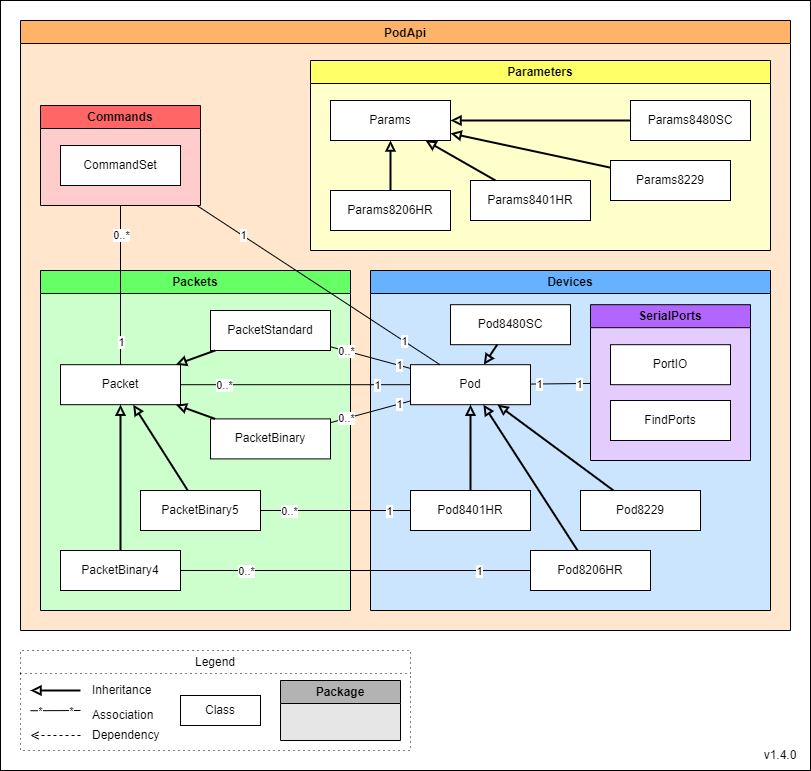
The draw.io diagram Documents/Diagrams/class-diagrams-PodApi.png in Pinnacle-Technology-Inc/Morelia, before a commit. Source tidied: cells renumbered, new cells last; positions are measured from the earlier drawing's top-left corner, leaving out a move shared by most shapes.
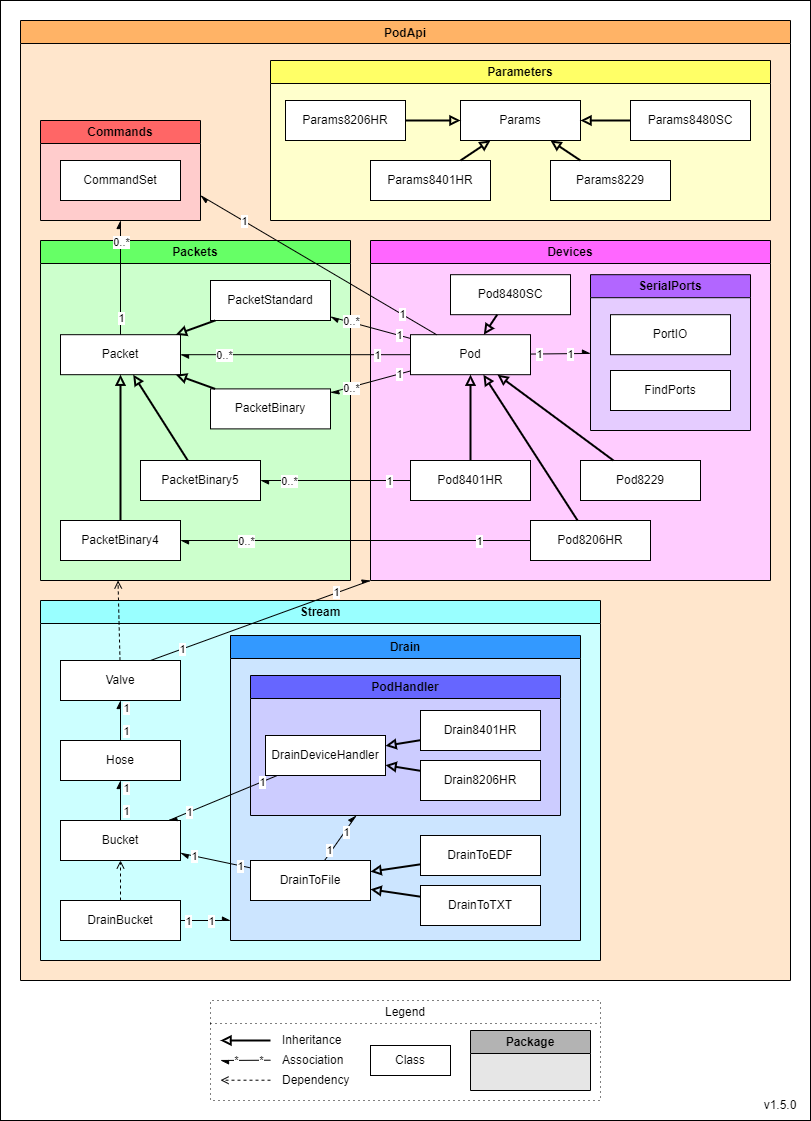
Above is the later version.

Diff of the diagram source:
```diff
@@ -5,7 +5,13 @@
     <mxCell id="2" style="rounded=0;whiteSpace=wrap;html=1;" parent="1" vertex="1">
-      <mxGeometry width="810" height="770" as="geometry" />
+      <mxGeometry width="810" height="1120" as="geometry" />
     </mxCell>
     <mxCell id="3" value="Legend" style="swimlane;whiteSpace=wrap;html=1;gradientColor=none;dashed=1;dashPattern=1 4;fontStyle=0;" parent="1" vertex="1">
-      <mxGeometry x="20" y="650" width="390" height="100" as="geometry" />
+      <mxGeometry x="210" y="1000" width="390" height="100" as="geometry" />
     </mxCell>
+    <mxCell id="10" value="Class" style="rounded=0;whiteSpace=wrap;html=1;" parent="3" vertex="1">
+      <mxGeometry x="160" y="45" width="80" height="30" as="geometry" />
+    </mxCell>
+    <mxCell id="11" value="Package" style="swimlane;whiteSpace=wrap;html=1;fillColor=#B3B3B3;swimlaneFillColor=#E6E6E6;" parent="3" vertex="1">
+      <mxGeometry x="260" y="30" width="120" height="60" as="geometry" />
+    </mxCell>
     <mxCell id="4" value="Inheritance" style="text;html=1;strokeColor=none;fillColor=none;align=left;verticalAlign=middle;whiteSpace=wrap;rounded=0;fontStyle=0;" parent="3" vertex="1">
@@ -13,21 +19,32 @@
     </mxCell>
-    <mxCell id="5" style="endArrow=block;html=1;endFill=0;strokeWidth=2;fontStyle=0;" parent="3" edge="1">
-      <mxGeometry relative="1" as="geometry">
-        <mxPoint x="60" y="40" as="sourcePoint" />
-        <mxPoint x="10" y="40" as="targetPoint" />
-      </mxGeometry>
-    </mxCell>
+    <mxCell id="75" style="endArrow=block;html=1;endFill=0;strokeWidth=2;fontStyle=0;" parent="3" edge="1">
+      <mxGeometry relative="1" as="geometry">
+        <mxPoint x="60" y="40" as="sourcePoint" />
+        <mxPoint x="10" y="40" as="targetPoint" />
+      </mxGeometry>
+    </mxCell>
     <mxCell id="6" value="Association" style="text;html=1;strokeColor=none;fillColor=none;align=left;verticalAlign=middle;whiteSpace=wrap;rounded=0;fontStyle=0;" parent="3" vertex="1">
-      <mxGeometry x="70" y="55" width="80" height="20" as="geometry" />
+      <mxGeometry x="70" y="50" width="80" height="20" as="geometry" />
     </mxCell>
-    <mxCell id="7" style="endArrow=none;html=1;endFill=0;fontStyle=0;" parent="3" edge="1">
-      <mxGeometry relative="1" as="geometry">
-        <mxPoint x="60" y="60" as="sourcePoint" />
-        <mxPoint x="10" y="60.2" as="targetPoint" />
-      </mxGeometry>
-    </mxCell>
+    <mxCell id="76" style="endArrow=open;html=1;endFill=0;dashed=1;fontStyle=0;" parent="3" edge="1">
+      <mxGeometry relative="1" as="geometry">
+        <mxPoint x="60" y="79.7" as="sourcePoint" />
+        <mxPoint x="10" y="79.7" as="targetPoint" />
+      </mxGeometry>
+    </mxCell>
+    <mxCell id="13" value="Dependency" style="text;html=1;strokeColor=none;fillColor=none;align=left;verticalAlign=middle;whiteSpace=wrap;rounded=0;fontStyle=0;" parent="3" vertex="1">
+      <mxGeometry x="70" y="70" width="80" height="20" as="geometry" />
+    </mxCell>
+    <mxCell id="77" style="endArrow=async;html=1;endFill=1;fontStyle=0;" parent="3" edge="1">
+      <mxGeometry relative="1" as="geometry">
+        <mxPoint x="60" y="59.7" as="sourcePoint" />
+        <mxPoint x="10" y="60" as="targetPoint" />
+      </mxGeometry>
+    </mxCell>
-    <mxCell id="8" value="*" style="edgeLabel;html=1;align=center;verticalAlign=middle;fontStyle=0;" parent="7" vertex="1">
-      <mxGeometry x="0.63" relative="1" as="geometry" />
+    <mxCell id="8" value="*" style="edgeLabel;html=1;align=center;verticalAlign=middle;fontStyle=0;" parent="77" vertex="1">
+      <mxGeometry x="0.63" relative="1" as="geometry">
+        <mxPoint x="6" as="offset" />
+      </mxGeometry>
     </mxCell>
-    <mxCell id="9" value="*&lt;br&gt;" style="edgeLabel;html=1;align=center;verticalAlign=middle;fontStyle=0;" parent="7" vertex="1">
+    <mxCell id="9" value="*&lt;br&gt;" style="edgeLabel;html=1;align=center;verticalAlign=middle;fontStyle=0;" parent="77" vertex="1">
       <mxGeometry x="-0.71" relative="1" as="geometry">
@@ -36,40 +53,25 @@
     </mxCell>
-    <mxCell id="10" value="Class" style="rounded=0;whiteSpace=wrap;html=1;" parent="3" vertex="1">
-      <mxGeometry x="160" y="45" width="80" height="30" as="geometry" />
-    </mxCell>
-    <mxCell id="11" value="Package" style="swimlane;whiteSpace=wrap;html=1;fillColor=#B3B3B3;swimlaneFillColor=#E6E6E6;" parent="3" vertex="1">
-      <mxGeometry x="260" y="30" width="120" height="60" as="geometry" />
-    </mxCell>
-    <mxCell id="12" style="endArrow=open;html=1;endFill=0;dashed=1;fontStyle=0;" parent="3" edge="1">
-      <mxGeometry relative="1" as="geometry">
-        <mxPoint x="60" y="85" as="sourcePoint" />
-        <mxPoint x="10" y="85" as="targetPoint" />
-      </mxGeometry>
-    </mxCell>
-    <mxCell id="13" value="Dependency" style="text;html=1;strokeColor=none;fillColor=none;align=left;verticalAlign=middle;whiteSpace=wrap;rounded=0;fontStyle=0;" parent="3" vertex="1">
-      <mxGeometry x="70" y="75" width="80" height="20" as="geometry" />
-    </mxCell>
-    <mxCell id="14" value="v1.4.0" style="text;html=1;strokeColor=none;fillColor=none;align=center;verticalAlign=middle;whiteSpace=wrap;rounded=0;fontStyle=0;" parent="1" vertex="1">
-      <mxGeometry x="750" y="740" width="60" height="30" as="geometry" />
+    <mxCell id="14" value="v1.5.0" style="text;html=1;strokeColor=none;fillColor=none;align=center;verticalAlign=middle;whiteSpace=wrap;rounded=0;fontStyle=0;" parent="1" vertex="1">
+      <mxGeometry x="750" y="1090" width="60" height="30" as="geometry" />
     </mxCell>
     <mxCell id="15" value="PodApi" style="swimlane;startSize=23;fillColor=#FFB366;gradientColor=none;swimlaneFillColor=#FFE6CC;" parent="1" vertex="1">
-      <mxGeometry x="20" y="20" width="770" height="610" as="geometry" />
+      <mxGeometry x="20" y="20" width="770" height="960" as="geometry" />
     </mxCell>
     <mxCell id="16" value="Parameters" style="swimlane;whiteSpace=wrap;html=1;fillColor=#FFFF66;gradientColor=none;swimlaneFillColor=#FFFFCC;" parent="15" vertex="1">
-      <mxGeometry x="290" y="40" width="460" height="190" as="geometry" />
+      <mxGeometry x="250" y="40" width="500" height="160" as="geometry" />
     </mxCell>
     <mxCell id="17" value="&lt;span&gt;Params8206HR&lt;/span&gt;" style="rounded=0;whiteSpace=wrap;html=1;fontStyle=0;" parent="16" vertex="1">
-      <mxGeometry x="20" y="130" width="120" height="40" as="geometry" />
+      <mxGeometry x="15" y="40" width="120" height="40" as="geometry" />
     </mxCell>
     <mxCell id="18" value="Params8401HR" style="rounded=0;whiteSpace=wrap;html=1;fontStyle=0;" parent="16" vertex="1">
-      <mxGeometry x="160" y="120" width="120" height="40" as="geometry" />
+      <mxGeometry x="100" y="100" width="120" height="40" as="geometry" />
     </mxCell>
     <mxCell id="19" value="Params8229" style="rounded=0;whiteSpace=wrap;html=1;fontStyle=0;" parent="16" vertex="1">
-      <mxGeometry x="300" y="100" width="120" height="40" as="geometry" />
+      <mxGeometry x="280" y="100" width="120" height="40" as="geometry" />
     </mxCell>
     <mxCell id="20" value="Params8480SC" style="rounded=0;whiteSpace=wrap;html=1;fontStyle=0;" parent="16" vertex="1">
-      <mxGeometry x="320" y="40" width="120" height="40" as="geometry" />
+      <mxGeometry x="360" y="40" width="120" height="40" as="geometry" />
     </mxCell>
     <mxCell id="21" value="Params" style="rounded=0;whiteSpace=wrap;html=1;fontStyle=0;" parent="16" vertex="1">
-      <mxGeometry x="20" y="40" width="120" height="40" as="geometry" />
+      <mxGeometry x="190" y="40" width="120" height="40" as="geometry" />
     </mxCell>
@@ -88,3 +90,3 @@
     <mxCell id="26" value="Commands" style="swimlane;whiteSpace=wrap;html=1;fillColor=#FF6666;swimlaneLine=1;swimlaneFillColor=#FFCCCC;" parent="15" vertex="1">
-      <mxGeometry x="20" y="85" width="160" height="100" as="geometry" />
+      <mxGeometry x="20" y="100" width="160" height="100" as="geometry" />
     </mxCell>
@@ -94,3 +96,3 @@
     <mxCell id="28" value="Packets" style="swimlane;whiteSpace=wrap;html=1;fillColor=#66FF66;swimlaneFillColor=#CCFFCC;" parent="15" vertex="1">
-      <mxGeometry x="20" y="250" width="310" height="340" as="geometry" />
+      <mxGeometry x="20" y="220" width="310" height="340" as="geometry" />
     </mxCell>
@@ -123,4 +125,4 @@
     </mxCell>
-    <mxCell id="38" value="Devices" style="swimlane;whiteSpace=wrap;html=1;fillColor=#66B2FF;swimlaneFillColor=#CCE5FF;" parent="15" vertex="1">
-      <mxGeometry x="350" y="250" width="400" height="340" as="geometry" />
+    <mxCell id="38" value="Devices" style="swimlane;whiteSpace=wrap;html=1;fillColor=#FF66FF;swimlaneFillColor=#FFCCFF;" parent="15" vertex="1">
+      <mxGeometry x="350" y="220" width="400" height="340" as="geometry" />
     </mxCell>
@@ -159,3 +161,6 @@
     </mxCell>
+    <mxCell id="74" value="FindPorts" style="rounded=0;whiteSpace=wrap;html=1;fontStyle=0;" parent="48" vertex="1">
+      <mxGeometry x="20" y="95.8" width="120" height="40" as="geometry" />
+    </mxCell>
-    <mxCell id="50" style="endArrow=none;html=1;endFill=0;fontStyle=0;" parent="38" edge="1" source="39" target="48">
+    <mxCell id="50" style="endArrow=async;html=1;endFill=1;fontStyle=0;" parent="38" edge="1" source="39" target="48">
       <mxGeometry relative="1" as="geometry" />
@@ -163,3 +168,5 @@
     <mxCell id="51" value="1" style="edgeLabel;html=1;align=center;verticalAlign=middle;fontStyle=0;" parent="50" vertex="1">
-      <mxGeometry x="0.63" relative="1" as="geometry" />
+      <mxGeometry x="0.63" relative="1" as="geometry">
+        <mxPoint x="-9" as="offset" />
+      </mxGeometry>
     </mxCell>
@@ -168,3 +175,3 @@
     </mxCell>
-    <mxCell id="53" style="endArrow=none;html=1;endFill=0;fontStyle=0;" parent="15" edge="1" source="39" target="26">
+    <mxCell id="53" style="endArrow=async;html=1;endFill=1;fontStyle=0;entryX=1;entryY=0.75;entryDx=0;entryDy=0;" parent="15" edge="1" source="39" target="26">
       <mxGeometry relative="1" as="geometry" />
@@ -177,3 +184,3 @@
     </mxCell>
-    <mxCell id="56" style="endArrow=none;html=1;endFill=0;fontStyle=4;" parent="15" edge="1" source="39" target="29">
+    <mxCell id="56" style="endArrow=async;html=1;endFill=1;fontStyle=4;" parent="15" edge="1" source="39" target="29">
       <mxGeometry relative="1" as="geometry" />
@@ -186,3 +193,3 @@
     </mxCell>
-    <mxCell id="59" style="endArrow=none;html=1;endFill=0;fontStyle=0;" parent="15" edge="1" source="39" target="30">
+    <mxCell id="59" style="endArrow=async;html=1;endFill=1;fontStyle=0;" parent="15" edge="1" source="39" target="30">
       <mxGeometry relative="1" as="geometry" />
@@ -190,3 +197,5 @@
     <mxCell id="60" value="0..*" style="edgeLabel;html=1;align=center;verticalAlign=middle;fontStyle=0;" parent="59" vertex="1">
-      <mxGeometry x="0.63" relative="1" as="geometry" />
+      <mxGeometry x="0.63" relative="1" as="geometry">
+        <mxPoint x="5" as="offset" />
+      </mxGeometry>
     </mxCell>
@@ -195,3 +204,3 @@
     </mxCell>
-    <mxCell id="62" style="endArrow=none;html=1;endFill=0;fontStyle=0;" parent="15" edge="1" source="39" target="32">
+    <mxCell id="62" style="endArrow=async;html=1;endFill=1;fontStyle=0;" parent="15" edge="1" source="39" target="32">
       <mxGeometry relative="1" as="geometry" />
@@ -199,3 +208,5 @@
     <mxCell id="63" value="0..*" style="edgeLabel;html=1;align=center;verticalAlign=middle;fontStyle=0;" parent="62" vertex="1">
-      <mxGeometry x="0.63" relative="1" as="geometry" />
+      <mxGeometry x="0.63" relative="1" as="geometry">
+        <mxPoint x="5" as="offset" />
+      </mxGeometry>
     </mxCell>
@@ -204,3 +215,3 @@
     </mxCell>
-    <mxCell id="65" style="endArrow=none;html=1;endFill=0;fontStyle=0;" parent="15" edge="1" source="42" target="36">
+    <mxCell id="65" style="endArrow=async;html=1;endFill=1;fontStyle=0;" parent="15" edge="1" source="42" target="36">
       <mxGeometry relative="1" as="geometry" />
@@ -213,3 +224,3 @@
     </mxCell>
-    <mxCell id="68" style="endArrow=none;html=1;endFill=0;fontStyle=0;" parent="15" edge="1" source="40" target="34">
+    <mxCell id="68" style="endArrow=async;html=1;endFill=1;fontStyle=0;" parent="15" edge="1" source="40" target="34">
       <mxGeometry relative="1" as="geometry" />
@@ -222,3 +233,3 @@
     </mxCell>
-    <mxCell id="71" style="endArrow=none;html=1;endFill=0;fontStyle=0;" parent="15" edge="1" source="29" target="26">
+    <mxCell id="71" style="endArrow=async;html=1;endFill=1;fontStyle=0;" parent="15" edge="1" source="29" target="26">
       <mxGeometry relative="1" as="geometry" />
@@ -231,5 +242,140 @@
     </mxCell>
-    <mxCell id="74" value="FindPorts" style="rounded=0;whiteSpace=wrap;html=1;fontStyle=0;" parent="1" vertex="1">
-      <mxGeometry x="610" y="400" width="120" height="40" as="geometry" />
-    </mxCell>
+    <mxCell id="78" value="Stream" style="swimlane;whiteSpace=wrap;html=1;fillColor=#99FFFF;swimlaneLine=1;swimlaneFillColor=#CCFFFF;" parent="15" vertex="1">
+      <mxGeometry x="20" y="580" width="560" height="360" as="geometry" />
+    </mxCell>
+    <mxCell id="79" value="Bucket" style="rounded=0;whiteSpace=wrap;html=1;fontStyle=0;" parent="78" vertex="1">
+      <mxGeometry x="20" y="220" width="120" height="40" as="geometry" />
+    </mxCell>
+    <mxCell id="80" value="Hose" style="rounded=0;whiteSpace=wrap;html=1;fontStyle=0;" parent="78" vertex="1">
+      <mxGeometry x="20" y="140" width="120" height="40" as="geometry" />
+    </mxCell>
+    <mxCell id="81" value="DrainBucket" style="rounded=0;whiteSpace=wrap;html=1;fontStyle=0;" parent="78" vertex="1">
+      <mxGeometry x="20" y="300" width="120" height="40" as="geometry" />
+    </mxCell>
+    <mxCell id="82" value="Valve" style="rounded=0;whiteSpace=wrap;html=1;fontStyle=0;" parent="78" vertex="1">
+      <mxGeometry x="20" y="60" width="120" height="40" as="geometry" />
+    </mxCell>
+    <mxCell id="83" style="endArrow=async;html=1;endFill=1;fontStyle=0;" parent="78" edge="1" source="80" target="82">
+      <mxGeometry relative="1" as="geometry" />
+    </mxCell>
+    <mxCell id="84" value="1" style="edgeLabel;html=1;align=center;verticalAlign=middle;fontStyle=0;" parent="83" vertex="1">
+      <mxGeometry x="0.63" relative="1" as="geometry">
+        <mxPoint x="5" as="offset" />
+      </mxGeometry>
+    </mxCell>
+    <mxCell id="85" value="1" style="edgeLabel;html=1;align=center;verticalAlign=middle;fontStyle=0;" parent="83" vertex="1">
+      <mxGeometry x="-0.71" relative="1" as="geometry">
+        <mxPoint x="5" y="-4" as="offset" />
+      </mxGeometry>
+    </mxCell>
+    <mxCell id="86" value="Drain" style="swimlane;whiteSpace=wrap;html=1;fillColor=#3399FF;swimlaneLine=1;swimlaneFillColor=#CCE5FF;" parent="78" vertex="1">
+      <mxGeometry x="190" y="35" width="350" height="305" as="geometry" />
+    </mxCell>
+    <mxCell id="87" value="DrainToEDF" style="rounded=0;whiteSpace=wrap;html=1;fontStyle=0;" parent="86" vertex="1">
+      <mxGeometry x="190" y="200" width="120" height="40" as="geometry" />
+    </mxCell>
+    <mxCell id="88" value="DrainToTXT" style="rounded=0;whiteSpace=wrap;html=1;fontStyle=0;" parent="86" vertex="1">
+      <mxGeometry x="190" y="250" width="120" height="40" as="geometry" />
+    </mxCell>
+    <mxCell id="89" value="DrainToFile" style="rounded=0;whiteSpace=wrap;html=1;fontStyle=0;" parent="86" vertex="1">
+      <mxGeometry x="20" y="225" width="120" height="40" as="geometry" />
+    </mxCell>
+    <mxCell id="90" style="endArrow=block;html=1;endFill=0;strokeWidth=2;fontStyle=0;" parent="86" edge="1" source="88" target="89">
+      <mxGeometry relative="1" as="geometry" />
+    </mxCell>
+    <mxCell id="91" style="endArrow=block;html=1;endFill=0;strokeWidth=2;fontStyle=0;" parent="86" edge="1" source="87" target="89">
+      <mxGeometry relative="1" as="geometry" />
+    </mxCell>
+    <mxCell id="92" value="PodHandler" style="swimlane;whiteSpace=wrap;html=1;fillColor=#6666FF;swimlaneFillColor=#CCCCFF;" parent="86" vertex="1">
+      <mxGeometry x="20" y="40" width="310" height="140" as="geometry" />
+    </mxCell>
+    <mxCell id="93" value="DrainDeviceHandler" style="rounded=0;whiteSpace=wrap;html=1;fontStyle=0;" parent="92" vertex="1">
+      <mxGeometry x="15" y="60" width="120" height="40" as="geometry" />
+    </mxCell>
+    <mxCell id="94" value="Drain8401HR" style="rounded=0;whiteSpace=wrap;html=1;fontStyle=0;" parent="92" vertex="1">
+      <mxGeometry x="170" y="35" width="120" height="40" as="geometry" />
+    </mxCell>
+    <mxCell id="95" value="Drain8206HR" style="rounded=0;whiteSpace=wrap;html=1;fontStyle=0;" parent="92" vertex="1">
+      <mxGeometry x="170" y="85" width="120" height="40" as="geometry" />
+    </mxCell>
+    <mxCell id="96" style="endArrow=block;html=1;endFill=0;strokeWidth=2;fontStyle=0;" parent="92" edge="1" source="94" target="93">
+      <mxGeometry relative="1" as="geometry" />
+    </mxCell>
+    <mxCell id="97" style="endArrow=block;html=1;endFill=0;strokeWidth=2;fontStyle=0;" parent="92" edge="1" source="95" target="93">
+      <mxGeometry relative="1" as="geometry" />
+    </mxCell>
+    <mxCell id="98" style="endArrow=async;html=1;endFill=1;fontStyle=0;" parent="86" edge="1" source="89" target="92">
+      <mxGeometry relative="1" as="geometry" />
+    </mxCell>
+    <mxCell id="99" value="1" style="edgeLabel;html=1;align=center;verticalAlign=middle;fontStyle=0;" parent="98" vertex="1">
+      <mxGeometry x="0.63" relative="1" as="geometry">
+        <mxPoint x="-4" y="8" as="offset" />
+      </mxGeometry>
+    </mxCell>
+    <mxCell id="100" value="1" style="edgeLabel;html=1;align=center;verticalAlign=middle;fontStyle=0;" parent="98" vertex="1">
+      <mxGeometry x="-0.71" relative="1" as="geometry">
+        <mxPoint y="-4" as="offset" />
+      </mxGeometry>
+    </mxCell>
+    <mxCell id="101" style="endArrow=async;html=1;endFill=1;fontStyle=0;exitX=1;exitY=0.5;exitDx=0;exitDy=0;" parent="78" edge="1" source="81">
+      <mxGeometry relative="1" as="geometry">
+        <mxPoint x="190" y="320" as="targetPoint" />
+      </mxGeometry>
+    </mxCell>
+    <mxCell id="102" value="1" style="edgeLabel;html=1;align=center;verticalAlign=middle;fontStyle=0;" parent="101" vertex="1">
+      <mxGeometry x="0.63" relative="1" as="geometry">
+        <mxPoint x="-11" as="offset" />
+      </mxGeometry>
+    </mxCell>
+    <mxCell id="103" value="1" style="edgeLabel;html=1;align=center;verticalAlign=middle;fontStyle=0;" parent="101" vertex="1">
+      <mxGeometry x="-0.71" relative="1" as="geometry" />
+    </mxCell>
+    <mxCell id="104" style="endArrow=async;html=1;endFill=1;fontStyle=0;" parent="78" edge="1" source="93" target="79">
+      <mxGeometry relative="1" as="geometry" />
+    </mxCell>
+    <mxCell id="105" value="1" style="edgeLabel;html=1;align=center;verticalAlign=middle;fontStyle=0;" parent="104" vertex="1">
+      <mxGeometry x="0.63" relative="1" as="geometry" />
+    </mxCell>
+    <mxCell id="106" value="1" style="edgeLabel;html=1;align=center;verticalAlign=middle;fontStyle=0;" parent="104" vertex="1">
+      <mxGeometry x="-0.71" relative="1" as="geometry" />
+    </mxCell>
+    <mxCell id="107" style="endArrow=async;html=1;endFill=1;fontStyle=0;" parent="78" edge="1" source="89" target="79">
+      <mxGeometry relative="1" as="geometry" />
+    </mxCell>
+    <mxCell id="108" value="1" style="edgeLabel;html=1;align=center;verticalAlign=middle;fontStyle=0;" parent="107" vertex="1">
+      <mxGeometry x="0.63" relative="1" as="geometry" />
+    </mxCell>
+    <mxCell id="109" value="1" style="edgeLabel;html=1;align=center;verticalAlign=middle;fontStyle=0;" parent="107" vertex="1">
+      <mxGeometry x="-0.71" relative="1" as="geometry" />
+    </mxCell>
+    <mxCell id="110" style="endArrow=async;html=1;endFill=1;fontStyle=0;" parent="78" edge="1" source="79" target="80">
+      <mxGeometry relative="1" as="geometry" />
+    </mxCell>
+    <mxCell id="111" value="1" style="edgeLabel;html=1;align=center;verticalAlign=middle;fontStyle=0;" parent="110" vertex="1">
+      <mxGeometry x="0.63" relative="1" as="geometry">
+        <mxPoint x="5" as="offset" />
+      </mxGeometry>
+    </mxCell>
+    <mxCell id="112" value="1" style="edgeLabel;html=1;align=center;verticalAlign=middle;fontStyle=0;" parent="110" vertex="1">
+      <mxGeometry x="-0.71" relative="1" as="geometry">
+        <mxPoint x="5" y="-4" as="offset" />
+      </mxGeometry>
+    </mxCell>
+    <mxCell id="113" style="endArrow=open;html=1;endFill=0;dashed=1;fontStyle=0;entryX=0.5;entryY=1;entryDx=0;entryDy=0;" parent="78" edge="1" source="81" target="79">
+      <mxGeometry relative="1" as="geometry" />
+    </mxCell>
+    <mxCell id="114" style="endArrow=async;html=1;endFill=1;fontStyle=0;exitX=0.75;exitY=0;exitDx=0;exitDy=0;entryX=0;entryY=1;entryDx=0;entryDy=0;" parent="15" edge="1" source="82" target="38">
+      <mxGeometry relative="1" as="geometry" />
+    </mxCell>
+    <mxCell id="115" value="1" style="edgeLabel;html=1;align=center;verticalAlign=middle;fontStyle=0;" parent="114" vertex="1">
+      <mxGeometry x="0.63" relative="1" as="geometry">
+        <mxPoint x="7" y="-4" as="offset" />
+      </mxGeometry>
+    </mxCell>
+    <mxCell id="116" value="1" style="edgeLabel;html=1;align=center;verticalAlign=middle;fontStyle=0;" parent="114" vertex="1">
+      <mxGeometry x="-0.71" relative="1" as="geometry" />
+    </mxCell>
+    <mxCell id="117" style="endArrow=open;html=1;endFill=0;dashed=1;fontStyle=0;entryX=0.25;entryY=1;entryDx=0;entryDy=0;" parent="15" edge="1" source="82" target="28">
+      <mxGeometry relative="1" as="geometry" />
+    </mxCell>
   </root>
```
